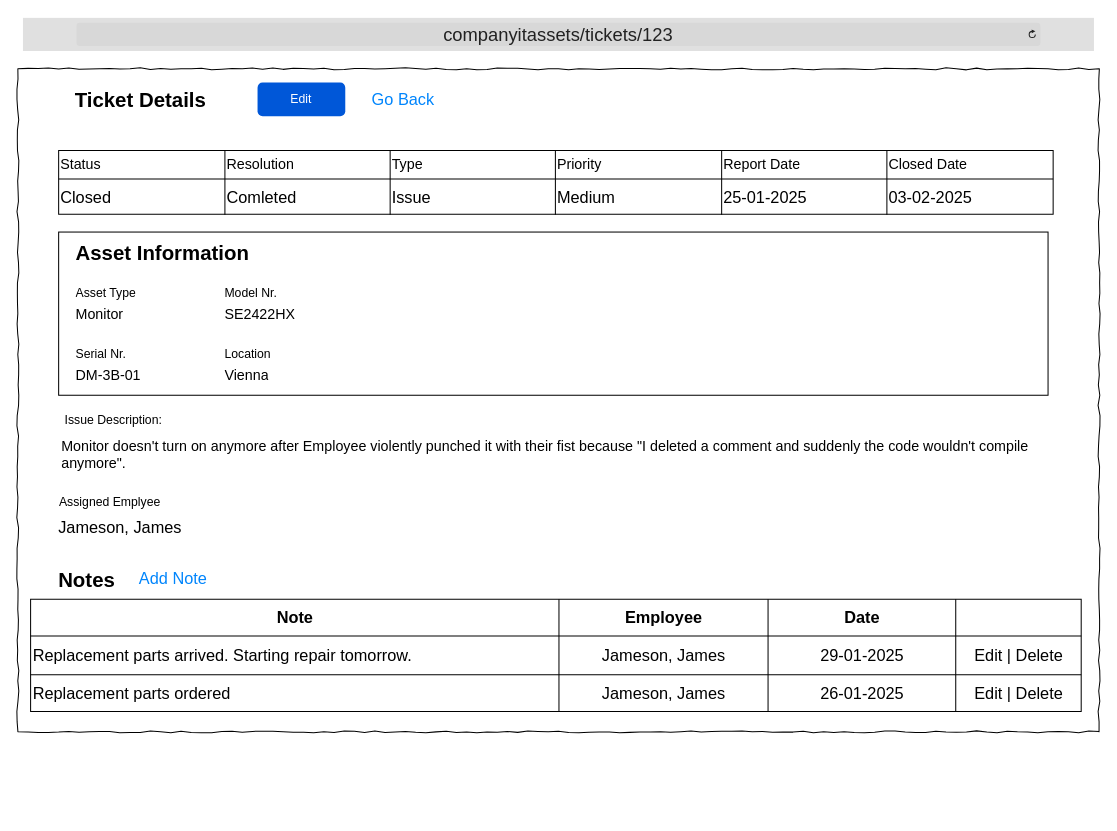
TRed91/ITAssetTracking keeps this draw.io diagram as Wireframes/ITAT_Tickets_Details.drawio. Above is the earlier version. Source tidied: cells renumbered, new cells numbered last; positions are measured from the earlier drawing's top-left corner, leaving out a move shared by most shapes. Both pictures are drawn from the tidied source at 102%, with x=0, y=0 at pixel (17, 17).
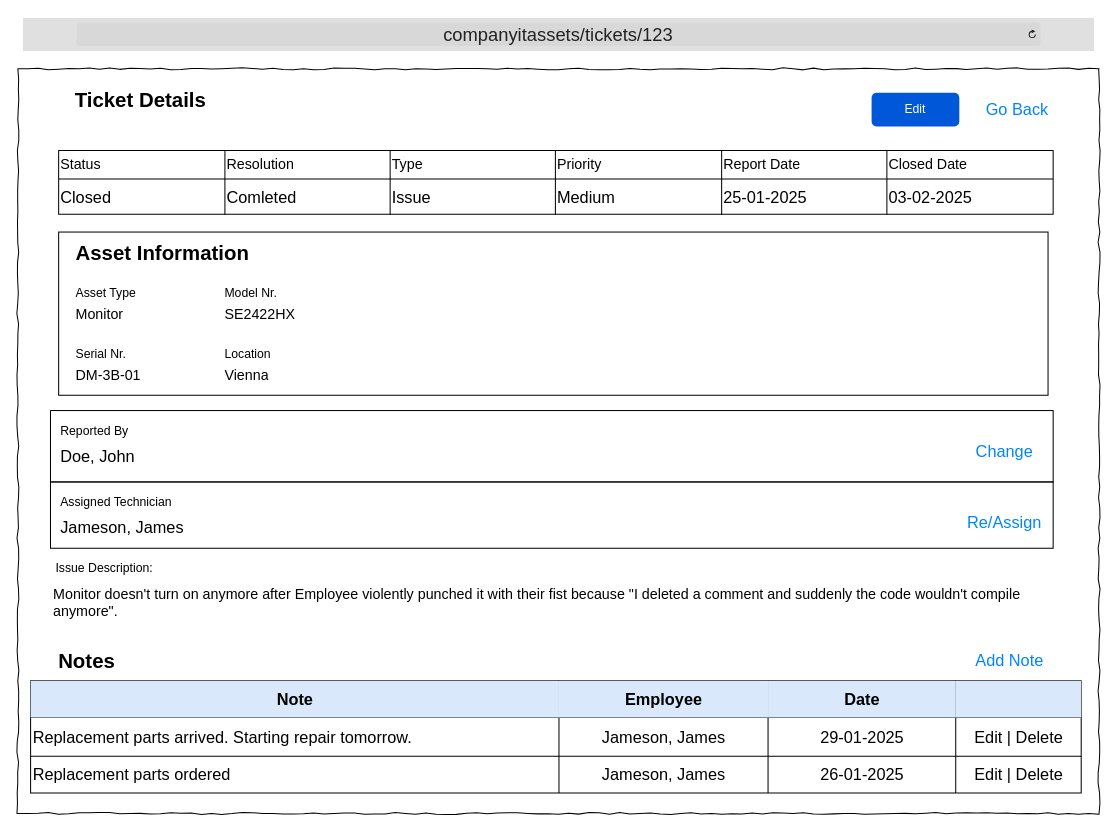
Above is the later version.

Unchanged cells that the change refers to:
```xml
<mxCell id="35" style="shape=tableRow;horizontal=0;startSize=0;swimlaneHead=0;swimlaneBody=0;strokeColor=inherit;top=0;left=0;bottom=0;right=0;fillColor=none;fontSize=16;" parent="34" vertex="1">
  <mxGeometry width="1030" height="36" as="geometry" />
</mxCell>
```

What changed in the source:
```diff
@@
     <mxCell id="2" style="whiteSpace=wrap;html=1;rounded=0;shadow=0;labelBackgroundColor=none;strokeColor=#000000;strokeWidth=1;fillColor=none;fontFamily=Verdana;fontSize=12;fontColor=#000000;align=center;comic=1;" parent="1" vertex="1">
-      <mxGeometry y="50" width="1060" height="650" as="geometry" />
+      <mxGeometry y="50" width="1060" height="730" as="geometry" />
     </mxCell>
+    <mxCell id="54" style="rounded=0;whiteSpace=wrap;html=1;fillColor=none;" parent="1" vertex="1">
+      <mxGeometry x="32" y="385" width="983" height="70" as="geometry" />
+    </mxCell>
+    <mxCell id="55" style="rounded=0;whiteSpace=wrap;html=1;fillColor=none;" parent="1" vertex="1">
+      <mxGeometry x="32" y="455" width="983" height="65" as="geometry" />
+    </mxCell>
@@
     <mxCell id="4" value="Edit" style="rounded=1;fillColor=#0057D8;strokeColor=none;html=1;whiteSpace=wrap;fontColor=#ffffff;align=center;verticalAlign=middle;fontStyle=0;fontSize=12;sketch=0;" parent="1" vertex="1">
-      <mxGeometry x="235" y="63.5" width="86" height="33" as="geometry" />
+      <mxGeometry x="837" y="73.5" width="86" height="33" as="geometry" />
     </mxCell>
@@
     <mxCell id="13" value="Go Back" style="html=1;shadow=0;dashed=0;shape=mxgraph.bootstrap.rrect;rSize=5;strokeColor=none;strokeWidth=1;fillColor=none;fontColor=#0085FC;whiteSpace=wrap;align=center;verticalAlign=middle;spacingLeft=0;fontStyle=0;fontSize=16;spacing=5;" parent="1" vertex="1">
-      <mxGeometry x="343" y="60" width="70" height="40" as="geometry" />
+      <mxGeometry x="945" y="70" width="70" height="40" as="geometry" />
     </mxCell>
@@
-    <mxCell id="32" value="Assigned Emplyee" style="text;html=1;align=center;verticalAlign=middle;whiteSpace=wrap;rounded=0;" parent="1" vertex="1">
-      <mxGeometry x="37.5" y="460" width="105" height="30" as="geometry" />
+    <mxCell id="32" value="Assigned Technician" style="text;html=1;align=left;verticalAlign=middle;whiteSpace=wrap;rounded=0;" parent="1" vertex="1">
+      <mxGeometry x="40" y="460" width="127.5" height="30" as="geometry" />
     </mxCell>
     <mxCell id="33" value="Jameson, James" style="text;html=1;align=left;verticalAlign=middle;whiteSpace=wrap;rounded=0;fontSize=16;" parent="1" vertex="1">
-      <mxGeometry x="37.5" y="485" width="215" height="30" as="geometry" />
+      <mxGeometry x="40" y="485" width="215" height="30" as="geometry" />
     </mxCell>
     <mxCell id="34" style="shape=table;startSize=0;childLayout=tableLayout;strokeColor=default;fontSize=16;align=center;" parent="1" vertex="1">
-      <mxGeometry x="12.5" y="570" width="1030" height="110" as="geometry" />
+      <mxGeometry x="12.5" y="650" width="1030" height="110" as="geometry" />
     </mxCell>
@@
-    <mxCell id="36" value="&lt;b&gt;Note&lt;/b&gt;" style="shape=partialRectangle;html=1;whiteSpace=wrap;strokeColor=inherit;overflow=hidden;fillColor=none;top=0;left=0;bottom=0;right=0;fontSize=16;" parent="35" vertex="1">
+    <mxCell id="36" value="&lt;b&gt;Note&lt;/b&gt;" style="shape=partialRectangle;html=1;whiteSpace=wrap;strokeColor=#6c8ebf;overflow=hidden;fillColor=#dae8fc;top=0;left=0;bottom=0;right=0;fontSize=16;" parent="35" vertex="1">
       <mxGeometry width="518" height="36" as="geometry" />
     </mxCell>
-    <mxCell id="37" value="&lt;b&gt;Employee&lt;/b&gt;" style="shape=partialRectangle;html=1;whiteSpace=wrap;strokeColor=inherit;overflow=hidden;fillColor=none;top=0;left=0;bottom=0;right=0;fontSize=16;" parent="35" vertex="1">
+    <mxCell id="37" value="&lt;b&gt;Employee&lt;/b&gt;" style="shape=partialRectangle;html=1;whiteSpace=wrap;strokeColor=#6c8ebf;overflow=hidden;fillColor=#dae8fc;top=0;left=0;bottom=0;right=0;fontSize=16;" parent="35" vertex="1">
       <mxGeometry x="518" width="205" height="36" as="geometry" />
     </mxCell>
-    <mxCell id="38" value="&lt;b&gt;Date&lt;/b&gt;" style="shape=partialRectangle;html=1;whiteSpace=wrap;strokeColor=inherit;overflow=hidden;fillColor=none;top=0;left=0;bottom=0;right=0;fontSize=16;" parent="35" vertex="1">
+    <mxCell id="38" value="&lt;b&gt;Date&lt;/b&gt;" style="shape=partialRectangle;html=1;whiteSpace=wrap;strokeColor=#6c8ebf;overflow=hidden;fillColor=#dae8fc;top=0;left=0;bottom=0;right=0;fontSize=16;" parent="35" vertex="1">
       <mxGeometry x="723" width="184" height="36" as="geometry" />
     </mxCell>
-    <mxCell id="39" style="shape=partialRectangle;html=1;whiteSpace=wrap;strokeColor=inherit;overflow=hidden;fillColor=none;top=0;left=0;bottom=0;right=0;fontSize=16;" parent="35" vertex="1">
+    <mxCell id="39" style="shape=partialRectangle;html=1;whiteSpace=wrap;strokeColor=#6c8ebf;overflow=hidden;fillColor=#dae8fc;top=0;left=0;bottom=0;right=0;fontSize=16;" parent="35" vertex="1">
       <mxGeometry x="907" width="123" height="36" as="geometry" />
     </mxCell>
@@
     <mxCell id="50" value="Notes" style="text;strokeColor=none;fillColor=none;html=1;fontSize=20;fontStyle=1;verticalAlign=middle;align=left;" parent="1" vertex="1">
-      <mxGeometry x="37.5" y="530" width="100" height="40" as="geometry" />
+      <mxGeometry x="37.5" y="610" width="100" height="40" as="geometry" />
     </mxCell>
     <mxCell id="51" value="Add Note" style="html=1;shadow=0;dashed=0;shape=mxgraph.bootstrap.rrect;rSize=5;strokeColor=none;strokeWidth=1;fillColor=none;fontColor=#0085FC;whiteSpace=wrap;align=center;verticalAlign=middle;spacingLeft=0;fontStyle=0;fontSize=16;spacing=5;" parent="1" vertex="1">
-      <mxGeometry x="110" y="530" width="85" height="40" as="geometry" />
+      <mxGeometry x="930" y="610" width="85" height="40" as="geometry" />
     </mxCell>
     <mxCell id="52" value="&amp;nbsp;Issue Description:" style="text;html=1;strokeColor=none;fillColor=none;align=left;verticalAlign=middle;whiteSpace=wrap;overflow=hidden;" parent="1" vertex="1">
-      <mxGeometry x="41" y="385" width="114" height="20" as="geometry" />
+      <mxGeometry x="32" y="530" width="114" height="20" as="geometry" />
     </mxCell>
     <mxCell id="53" value="&lt;span style=&quot;font-size: 14px;&quot;&gt;Monitor doesn't turn on anymore after Employee violently punched it with their fist because &quot;I deleted a comment and suddenly the code wouldn't compile anymore&quot;.&lt;/span&gt;" style="text;html=1;strokeColor=none;fillColor=none;align=left;verticalAlign=top;whiteSpace=wrap;overflow=hidden;" parent="1" vertex="1">
-      <mxGeometry x="41" y="405" width="974" height="65" as="geometry" />
+      <mxGeometry x="33" y="550" width="974" height="65" as="geometry" />
     </mxCell>
+    <mxCell id="56" value="Re/Assign" style="html=1;shadow=0;dashed=0;shape=mxgraph.bootstrap.rrect;rSize=5;strokeColor=none;strokeWidth=1;fillColor=none;fontColor=#0085FC;whiteSpace=wrap;align=center;verticalAlign=middle;spacingLeft=0;fontStyle=0;fontSize=16;spacing=5;" parent="1" vertex="1">
+      <mxGeometry x="925" y="475" width="85" height="40" as="geometry" />
+    </mxCell>
+    <mxCell id="57" value="Reported By" style="text;html=1;align=left;verticalAlign=middle;whiteSpace=wrap;rounded=0;" parent="1" vertex="1">
+      <mxGeometry x="40" y="390" width="127.5" height="30" as="geometry" />
+    </mxCell>
+    <mxCell id="58" value="Doe, John" style="text;html=1;align=left;verticalAlign=middle;whiteSpace=wrap;rounded=0;fontSize=16;" parent="1" vertex="1">
+      <mxGeometry x="40" y="415" width="215" height="30" as="geometry" />
+    </mxCell>
+    <mxCell id="59" value="Change" style="html=1;shadow=0;dashed=0;shape=mxgraph.bootstrap.rrect;rSize=5;strokeColor=none;strokeWidth=1;fillColor=none;fontColor=#0085FC;whiteSpace=wrap;align=center;verticalAlign=middle;spacingLeft=0;fontStyle=0;fontSize=16;spacing=5;" parent="1" vertex="1">
+      <mxGeometry x="925" y="405" width="85" height="40" as="geometry" />
+    </mxCell>
```
